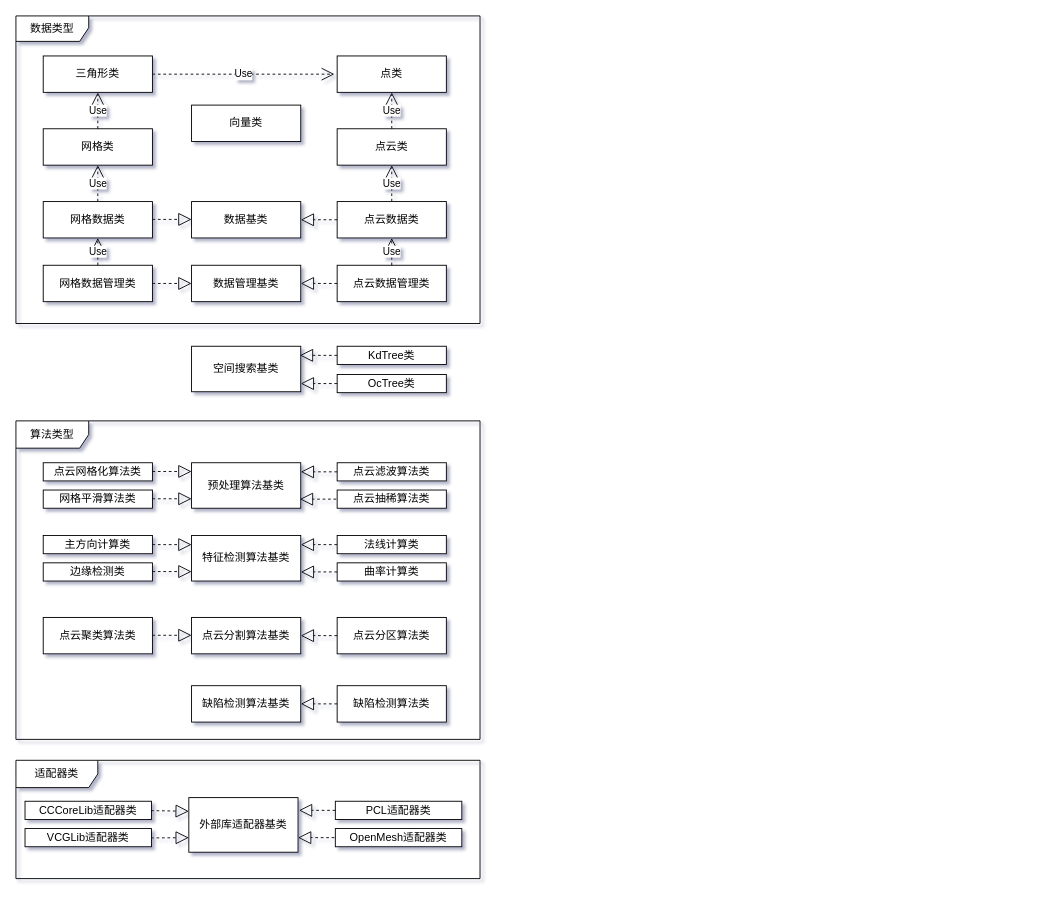
Above: 点云应用库UML设计.drawio in xuxiaofeng6/UML (draw.io), before the change. Source tidied: cells renumbered, new cells numbered last; positions are measured from the earlier drawing's top-left corner, leaving out a move shared by most shapes. Both pictures are drawn from the tidied source at 91%, with x=0, y=0 at pixel (15, 15).
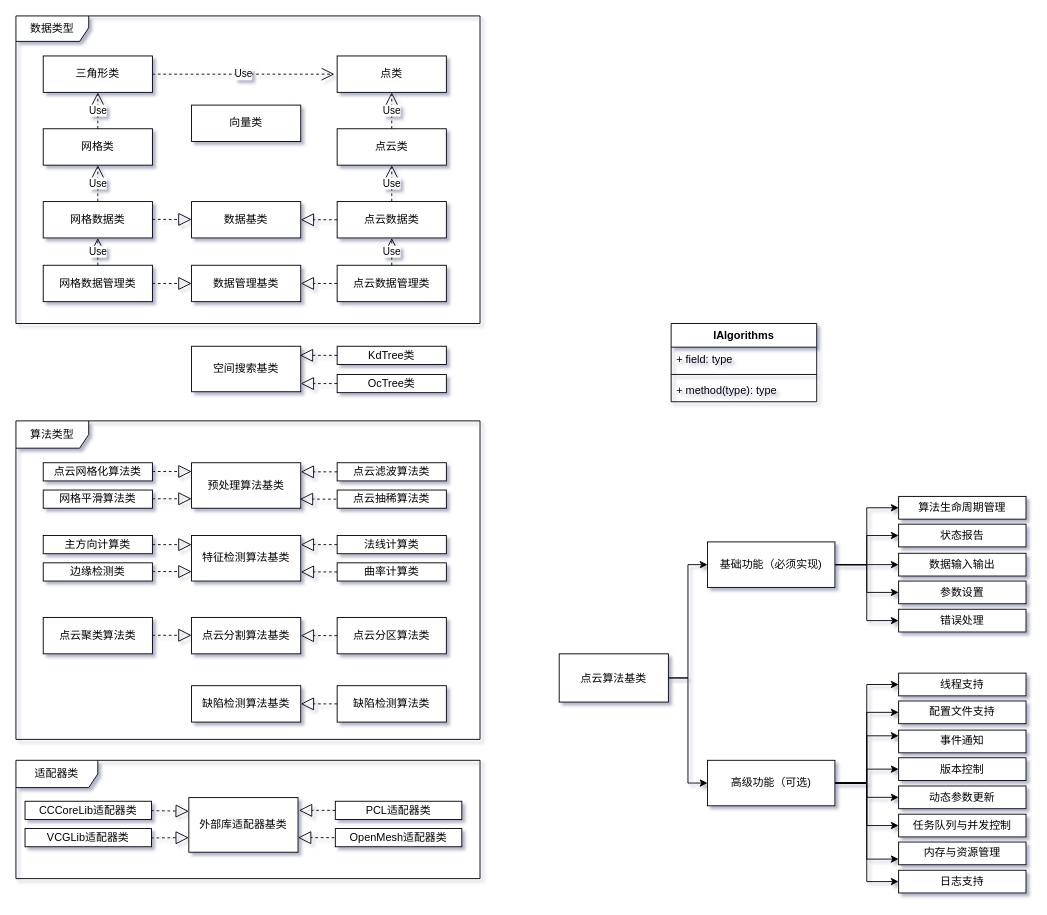
After the change.

Commit message:
更新点云应用库UML设计.drawio

Diff of the diagram source:
```diff
@@
+    <mxCell id="67" style="edgeStyle=orthogonalEdgeStyle;rounded=0;jettySize=auto;html=1;entryX=0;entryY=0.5;entryDx=0;entryDy=0;" parent="1" edge="1" source="69" target="79">
+      <mxGeometry relative="1" as="geometry" />
+    </mxCell>
+    <mxCell id="68" style="edgeStyle=orthogonalEdgeStyle;rounded=0;jettySize=auto;html=1;entryX=0;entryY=0.5;entryDx=0;entryDy=0;" parent="1" edge="1" source="69" target="88">
+      <mxGeometry relative="1" as="geometry" />
+    </mxCell>
+    <mxCell id="69" value="点云算法基类" style="rounded=0;whiteSpace=wrap;html=1;" parent="1" vertex="1">
+      <mxGeometry x="597" y="701" width="120" height="53" as="geometry" />
+    </mxCell>
+    <mxCell id="70" value="IAlgorithms" style="swimlane;fontStyle=1;align=center;verticalAlign=top;horizontal=1;startSize=26;whiteSpace=wrap;html=1;" parent="1" vertex="1">
+      <mxGeometry x="720" y="338" width="160" height="86" as="geometry" />
+    </mxCell>
+    <mxCell id="71" value="+ field: type" style="text;strokeColor=none;fillColor=none;align=left;verticalAlign=top;spacingLeft=4;spacingRight=4;overflow=hidden;whiteSpace=wrap;html=1;" parent="70" vertex="1">
+      <mxGeometry y="26" width="160" height="26" as="geometry" />
+    </mxCell>
+    <mxCell id="72" style="line;strokeWidth=1;fillColor=none;align=left;verticalAlign=middle;spacingTop=-1;spacingLeft=3;spacingRight=3;labelPosition=right;strokeColor=inherit;" parent="70" vertex="1">
+      <mxGeometry y="52" width="160" height="8" as="geometry" />
+    </mxCell>
+    <mxCell id="73" value="+ method(type): type" style="text;strokeColor=none;fillColor=none;align=left;verticalAlign=top;spacingLeft=4;spacingRight=4;overflow=hidden;whiteSpace=wrap;html=1;" parent="70" vertex="1">
+      <mxGeometry y="60" width="160" height="26" as="geometry" />
+    </mxCell>
+    <mxCell id="74" style="edgeStyle=orthogonalEdgeStyle;rounded=0;jettySize=auto;html=1;entryX=0;entryY=0.5;entryDx=0;entryDy=0;" parent="1" edge="1" source="79" target="89">
+      <mxGeometry relative="1" as="geometry" />
+    </mxCell>
+    <mxCell id="75" style="edgeStyle=orthogonalEdgeStyle;rounded=0;jettySize=auto;html=1;entryX=0;entryY=0.5;entryDx=0;entryDy=0;" parent="1" edge="1" source="79" target="92">
+      <mxGeometry relative="1" as="geometry" />
+    </mxCell>
+    <mxCell id="76" style="edgeStyle=orthogonalEdgeStyle;rounded=0;jettySize=auto;html=1;entryX=0;entryY=0.5;entryDx=0;entryDy=0;" parent="1" edge="1" source="79" target="91">
+      <mxGeometry relative="1" as="geometry" />
+    </mxCell>
+    <mxCell id="77" style="edgeStyle=orthogonalEdgeStyle;rounded=0;jettySize=auto;html=1;entryX=0;entryY=0.5;entryDx=0;entryDy=0;" parent="1" edge="1" source="79" target="90">
+      <mxGeometry relative="1" as="geometry" />
+    </mxCell>
+    <mxCell id="78" style="edgeStyle=orthogonalEdgeStyle;rounded=0;jettySize=auto;html=1;entryX=0;entryY=0.5;entryDx=0;entryDy=0;" parent="1" edge="1" source="79" target="93">
+      <mxGeometry relative="1" as="geometry" />
+    </mxCell>
+    <mxCell id="79" value="基础功能（必须实现)" style="rounded=0;whiteSpace=wrap;html=1;" parent="1" vertex="1">
+      <mxGeometry x="760" y="578" width="140" height="50" as="geometry" />
+    </mxCell>
+    <mxCell id="80" style="edgeStyle=orthogonalEdgeStyle;rounded=0;jettySize=auto;html=1;entryX=0;entryY=0.5;entryDx=0;entryDy=0;" parent="1" edge="1" source="88" target="98">
+      <mxGeometry relative="1" as="geometry" />
+    </mxCell>
+    <mxCell id="81" style="edgeStyle=orthogonalEdgeStyle;rounded=0;jettySize=auto;html=1;entryX=0;entryY=0.5;entryDx=0;entryDy=0;" parent="1" edge="1" source="88" target="95">
+      <mxGeometry relative="1" as="geometry" />
+    </mxCell>
+    <mxCell id="82" style="edgeStyle=orthogonalEdgeStyle;rounded=0;jettySize=auto;html=1;entryX=0;entryY=0.25;entryDx=0;entryDy=0;" parent="1" edge="1" source="88" target="94">
+      <mxGeometry relative="1" as="geometry" />
+    </mxCell>
+    <mxCell id="83" style="edgeStyle=orthogonalEdgeStyle;rounded=0;jettySize=auto;html=1;entryX=0;entryY=0.5;entryDx=0;entryDy=0;" parent="1" edge="1" source="88" target="99">
+      <mxGeometry relative="1" as="geometry" />
+    </mxCell>
+    <mxCell id="84" style="edgeStyle=orthogonalEdgeStyle;rounded=0;jettySize=auto;html=1;entryX=0;entryY=0.5;entryDx=0;entryDy=0;" parent="1" edge="1" source="88" target="97">
+      <mxGeometry relative="1" as="geometry" />
+    </mxCell>
+    <mxCell id="85" style="edgeStyle=orthogonalEdgeStyle;rounded=0;jettySize=auto;html=1;entryX=0;entryY=0.75;entryDx=0;entryDy=0;" parent="1" edge="1" source="88" target="100">
+      <mxGeometry relative="1" as="geometry" />
+    </mxCell>
+    <mxCell id="86" style="edgeStyle=orthogonalEdgeStyle;rounded=0;jettySize=auto;html=1;entryX=0;entryY=0.5;entryDx=0;entryDy=0;" parent="1" edge="1" source="88" target="96">
+      <mxGeometry relative="1" as="geometry" />
+    </mxCell>
+    <mxCell id="87" style="edgeStyle=orthogonalEdgeStyle;rounded=0;jettySize=auto;html=1;entryX=0;entryY=0.5;entryDx=0;entryDy=0;" parent="1" edge="1" source="88" target="101">
+      <mxGeometry relative="1" as="geometry" />
+    </mxCell>
+    <mxCell id="88" value="高级功能（可选)" style="rounded=0;whiteSpace=wrap;html=1;" parent="1" vertex="1">
+      <mxGeometry x="760" y="818" width="140" height="50" as="geometry" />
+    </mxCell>
+    <mxCell id="89" value="数据输入输出" style="rounded=0;whiteSpace=wrap;html=1;" parent="1" vertex="1">
+      <mxGeometry x="970" y="590.5" width="140" height="25" as="geometry" />
+    </mxCell>
+    <mxCell id="90" value="参数设置" style="rounded=0;whiteSpace=wrap;html=1;" parent="1" vertex="1">
+      <mxGeometry x="970" y="621" width="140" height="25" as="geometry" />
+    </mxCell>
+    <mxCell id="91" value="算法生命周期管理" style="rounded=0;whiteSpace=wrap;html=1;" parent="1" vertex="1">
+      <mxGeometry x="970" y="528" width="140" height="25" as="geometry" />
+    </mxCell>
+    <mxCell id="92" value="状态报告" style="rounded=0;whiteSpace=wrap;html=1;" parent="1" vertex="1">
+      <mxGeometry x="970" y="558.5" width="140" height="25" as="geometry" />
+    </mxCell>
+    <mxCell id="93" value="错误处理" style="rounded=0;whiteSpace=wrap;html=1;" parent="1" vertex="1">
+      <mxGeometry x="970" y="652" width="140" height="25" as="geometry" />
+    </mxCell>
+    <mxCell id="94" value="事件通知" style="rounded=0;whiteSpace=wrap;html=1;" parent="1" vertex="1">
+      <mxGeometry x="970" y="784.8" width="140" height="25" as="geometry" />
+    </mxCell>
+    <mxCell id="95" value="版本控制" style="rounded=0;whiteSpace=wrap;html=1;" parent="1" vertex="1">
+      <mxGeometry x="970" y="815.2" width="140" height="25" as="geometry" />
+    </mxCell>
+    <mxCell id="96" value="线程支持" style="rounded=0;whiteSpace=wrap;html=1;" parent="1" vertex="1">
+      <mxGeometry x="970" y="722.2" width="140" height="25" as="geometry" />
+    </mxCell>
+    <mxCell id="97" value="配置文件支持" style="rounded=0;whiteSpace=wrap;html=1;" parent="1" vertex="1">
+      <mxGeometry x="970" y="752.8" width="140" height="25" as="geometry" />
+    </mxCell>
+    <mxCell id="98" value="动态参数更新" style="rounded=0;whiteSpace=wrap;html=1;" parent="1" vertex="1">
+      <mxGeometry x="970" y="846.2" width="140" height="25" as="geometry" />
+    </mxCell>
+    <mxCell id="99" value="任务队列与并发控制" style="rounded=0;whiteSpace=wrap;html=1;" parent="1" vertex="1">
+      <mxGeometry x="970" y="877.2" width="140" height="25" as="geometry" />
+    </mxCell>
+    <mxCell id="100" value="内存与资源管理" style="rounded=0;whiteSpace=wrap;html=1;" parent="1" vertex="1">
+      <mxGeometry x="970" y="907.8" width="140" height="25" as="geometry" />
+    </mxCell>
+    <mxCell id="101" value="日志支持" style="rounded=0;whiteSpace=wrap;html=1;" parent="1" vertex="1">
+      <mxGeometry x="970" y="938.8" width="140" height="25" as="geometry" />
+    </mxCell>
```
